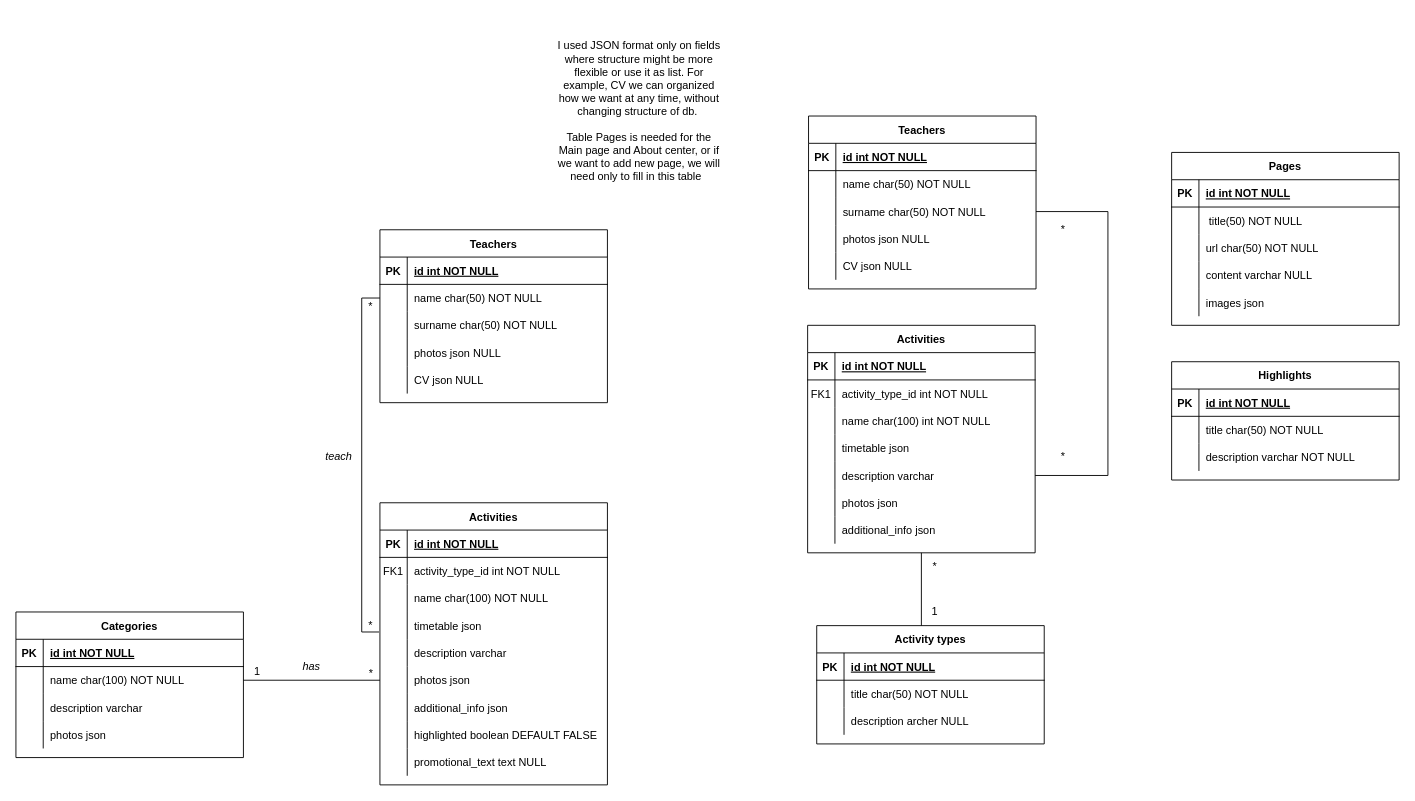
This is Updated ERD.drawio from NakatoTeshika/Hypermedia-ERD, a draw.io file, before an edit. Source tidied: cells renumbered, new cells numbered last; positions are measured from the earlier drawing's top-left corner, leaving out a move shared by most shapes. Both pictures are drawn from the tidied source at 91%, with x=0, y=0 at pixel (15, 15).
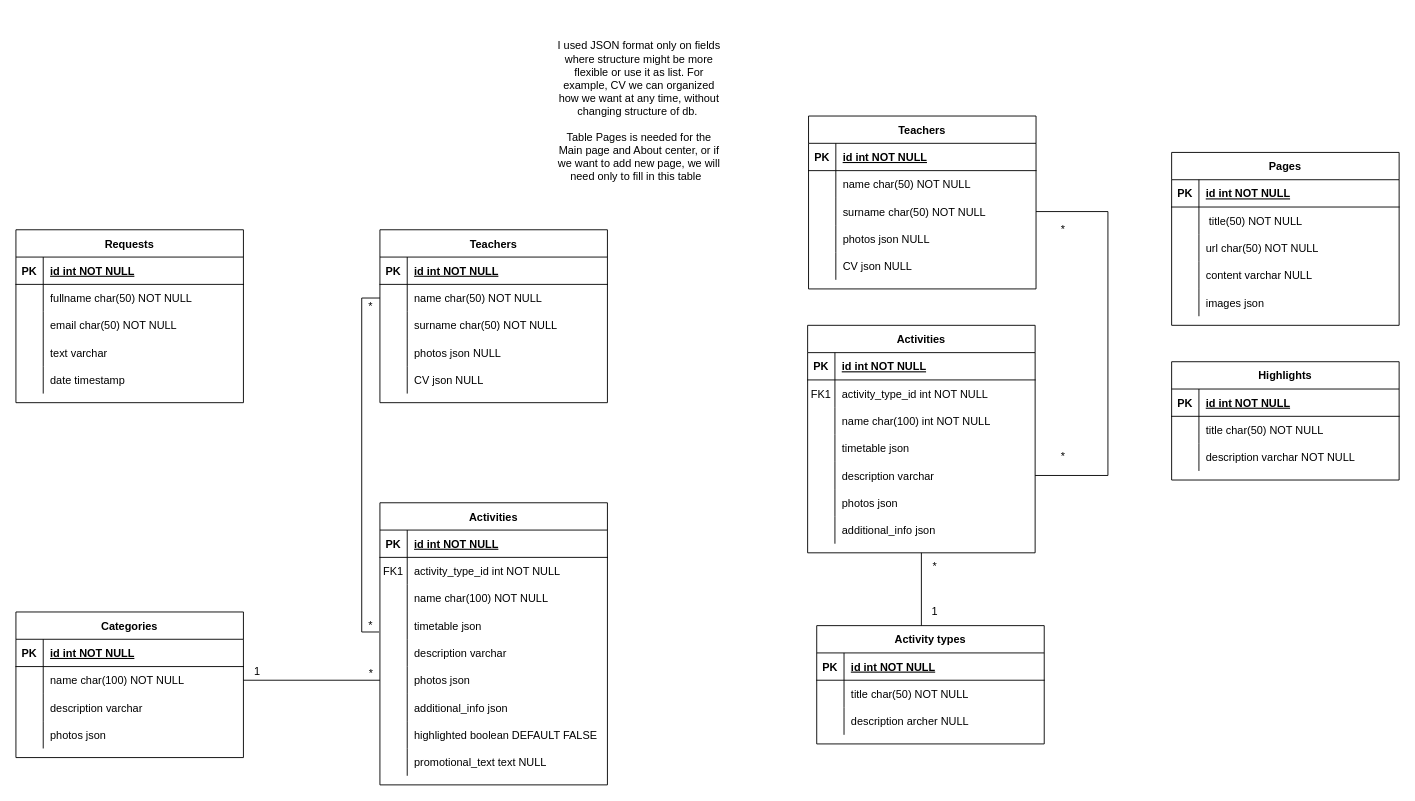
The same diagram, later.

Commit message:
added new table for form requests

What changed in the source:
```diff
@@
-    <mxCell id="146" value="&lt;i&gt;teach&lt;/i&gt;" style="text;html=1;align=center;verticalAlign=middle;whiteSpace=wrap;rounded=0;" parent="1" vertex="1">
-      <mxGeometry x="325" y="470" width="60" height="30" as="geometry" />
-    </mxCell>
-    <mxCell id="147" value="&lt;i&gt;has&lt;/i&gt;" style="text;html=1;align=center;verticalAlign=middle;whiteSpace=wrap;rounded=0;" parent="1" vertex="1">
-      <mxGeometry x="295" y="700" width="60" height="30" as="geometry" />
-    </mxCell>
+    <mxCell id="148" value="Requests" style="shape=table;startSize=30;childLayout=tableLayout;rowLines=0;fontStyle=1;align=center;" parent="1" vertex="1">
+      <mxGeometry y="235" width="250" height="190" as="geometry" />
+    </mxCell>
+    <mxCell id="149" style="shape=partialRectangle;fillColor=none;top=0;left=0;right=0;bottom=1;" parent="148" vertex="1">
+      <mxGeometry y="30" width="250" height="30" as="geometry" />
+    </mxCell>
+    <mxCell id="150" value="PK" style="shape=partialRectangle;overflow=hidden;fillColor=none;top=0;left=0;bottom=0;right=0;fontStyle=1;" parent="149" vertex="1">
+      <mxGeometry width="30" height="30" as="geometry" />
+    </mxCell>
+    <mxCell id="151" value="id int NOT NULL" style="shape=partialRectangle;overflow=hidden;fillColor=none;top=0;left=0;bottom=0;right=0;align=left;spacingLeft=6;fontStyle=5;" parent="149" vertex="1">
+      <mxGeometry x="30" width="220" height="30" as="geometry" />
+    </mxCell>
+    <mxCell id="152" style="shape=partialRectangle;fillColor=none;top=0;left=0;right=0;bottom=0;" parent="148" vertex="1">
+      <mxGeometry y="60" width="250" height="30" as="geometry" />
+    </mxCell>
+    <mxCell id="153" style="shape=partialRectangle;overflow=hidden;fillColor=none;top=0;left=0;bottom=0;right=0;" parent="152" vertex="1">
+      <mxGeometry width="30" height="30" as="geometry" />
+    </mxCell>
+    <mxCell id="154" value="fullname char(50) NOT NULL" style="shape=partialRectangle;overflow=hidden;fillColor=none;top=0;left=0;bottom=0;right=0;align=left;spacingLeft=6;" parent="152" vertex="1">
+      <mxGeometry x="30" width="220" height="30" as="geometry" />
+    </mxCell>
+    <mxCell id="155" style="shape=partialRectangle;fillColor=none;top=0;left=0;right=0;bottom=0;" parent="148" vertex="1">
+      <mxGeometry y="90" width="250" height="30" as="geometry" />
+    </mxCell>
+    <mxCell id="156" style="shape=partialRectangle;overflow=hidden;fillColor=none;top=0;left=0;bottom=0;right=0;" parent="155" vertex="1">
+      <mxGeometry width="30" height="30" as="geometry" />
+    </mxCell>
+    <mxCell id="157" value="email char(50) NOT NULL" style="shape=partialRectangle;overflow=hidden;fillColor=none;top=0;left=0;bottom=0;right=0;align=left;spacingLeft=6;" parent="155" vertex="1">
+      <mxGeometry x="30" width="220" height="30" as="geometry" />
+    </mxCell>
+    <mxCell id="158" style="shape=partialRectangle;fillColor=none;top=0;left=0;right=0;bottom=0;" parent="148" vertex="1">
+      <mxGeometry y="120" width="250" height="30" as="geometry" />
+    </mxCell>
+    <mxCell id="159" style="shape=partialRectangle;overflow=hidden;fillColor=none;top=0;left=0;bottom=0;right=0;" parent="158" vertex="1">
+      <mxGeometry width="30" height="30" as="geometry" />
+    </mxCell>
+    <mxCell id="160" value="text varchar" style="shape=partialRectangle;overflow=hidden;fillColor=none;top=0;left=0;bottom=0;right=0;align=left;spacingLeft=6;" parent="158" vertex="1">
+      <mxGeometry x="30" width="220" height="30" as="geometry" />
+    </mxCell>
+    <mxCell id="161" style="shape=partialRectangle;fillColor=none;top=0;left=0;right=0;bottom=0;" parent="148" vertex="1">
+      <mxGeometry y="150" width="250" height="30" as="geometry" />
+    </mxCell>
+    <mxCell id="162" style="shape=partialRectangle;overflow=hidden;fillColor=none;top=0;left=0;bottom=0;right=0;" parent="161" vertex="1">
+      <mxGeometry width="30" height="30" as="geometry" />
+    </mxCell>
+    <mxCell id="163" value="date timestamp" style="shape=partialRectangle;overflow=hidden;fillColor=none;top=0;left=0;bottom=0;right=0;align=left;spacingLeft=6;" parent="161" vertex="1">
+      <mxGeometry x="30" width="220" height="30" as="geometry" />
+    </mxCell>
```
